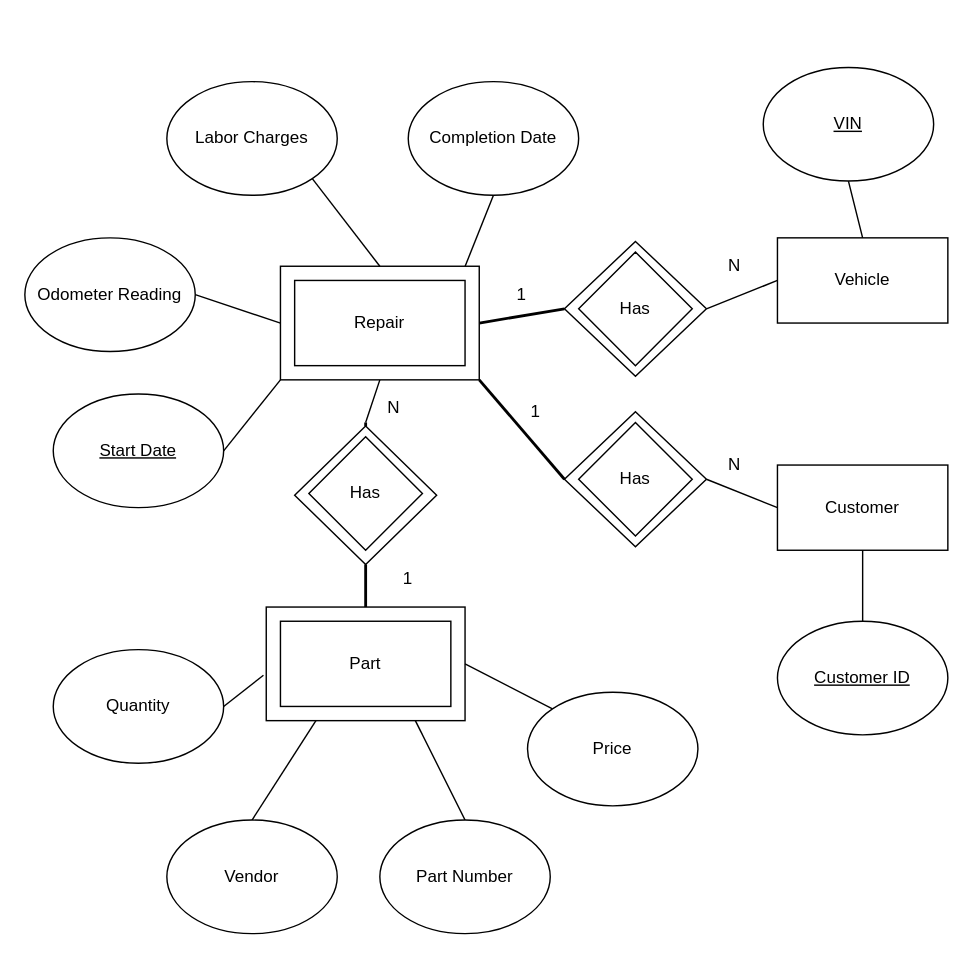
This is Repairs-Service Writer/Repair-Service Writer - EER.drawio from dennismdan/car_dealership_database_proj, a draw.io file, before an edit. Source tidied: cells renumbered, new cells numbered last; positions are measured from the earlier drawing's top-left corner, leaving out a move shared by most shapes. Both pictures are drawn from the tidied source at 142%, with x=0, y=0 at pixel (24, 67).
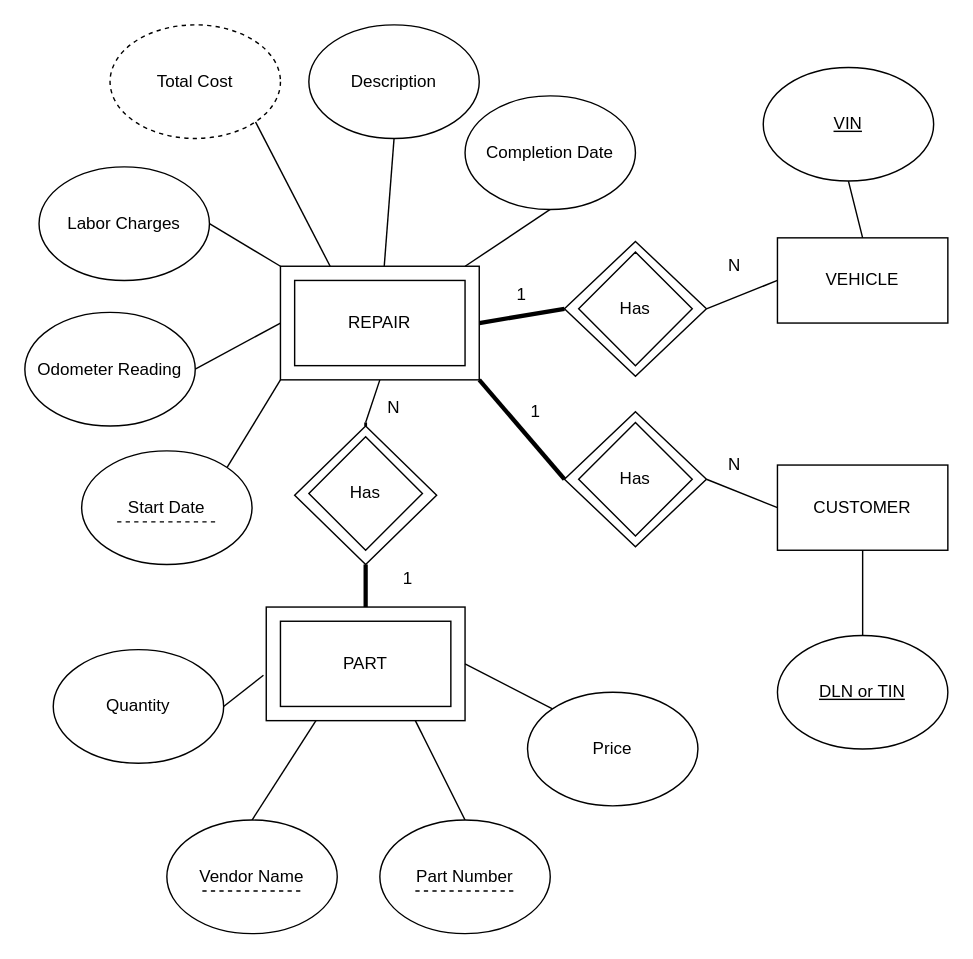
Above is the later version.

Commit message (it also covers changes not shown here):
Updates to EER and IFD

The change refers to these unchanged cells:
```xml
<mxCell id="3" style="rhombus;whiteSpace=wrap;html=1;rounded=0;shadow=0;glass=0;sketch=0;strokeWidth=1;fillColor=default;" parent="1" vertex="1">
  <mxGeometry x="380" y="242.5" width="100" height="95" as="geometry" />
</mxCell>
<mxCell id="5" style="rounded=0;whiteSpace=wrap;html=1;shadow=0;glass=0;sketch=0;strokeWidth=1;fillColor=default;" parent="1" vertex="1">
  <mxGeometry x="170" y="380" width="140" height="80" as="geometry" />
</mxCell>
<mxCell id="9" style="rounded=0;whiteSpace=wrap;html=1;shadow=0;glass=0;sketch=0;strokeWidth=1;fillColor=default;" parent="1" vertex="1">
  <mxGeometry x="180" y="140" width="140" height="80" as="geometry" />
</mxCell>
```

Diff of the diagram source:
```diff
@@
-    <mxCell id="6" style="edgeStyle=none;rounded=0;jettySize=auto;html=1;exitX=1;exitY=0.5;exitDx=0;exitDy=0;endArrow=none;endFill=0;strokeWidth=2;" parent="1" edge="1" source="9">
+    <mxCell id="6" style="edgeStyle=none;rounded=0;jettySize=auto;html=1;exitX=1;exitY=0.5;exitDx=0;exitDy=0;endArrow=none;endFill=0;strokeWidth=3;" parent="1" edge="1" source="9">
       <mxGeometry relative="1" as="geometry">
         <mxPoint x="380" y="170" as="targetPoint" />
       </mxGeometry>
     </mxCell>
-    <mxCell id="7" style="edgeStyle=none;rounded=0;jettySize=auto;html=1;exitX=1;exitY=1;exitDx=0;exitDy=0;entryX=0;entryY=0.5;entryDx=0;entryDy=0;endArrow=none;endFill=0;strokeWidth=2;" parent="1" edge="1" source="9" target="3">
+    <mxCell id="7" style="edgeStyle=none;rounded=0;jettySize=auto;html=1;exitX=1;exitY=1;exitDx=0;exitDy=0;entryX=0;entryY=0.5;entryDx=0;entryDy=0;endArrow=none;endFill=0;strokeWidth=3;" parent="1" edge="1" source="9" target="3">
       <mxGeometry relative="1" as="geometry" />
     </mxCell>
@@
-    <mxCell id="10" value="Repair" style="rounded=0;whiteSpace=wrap;html=1;shadow=0;glass=0;sketch=0;perimeterSpacing=0;strokeWidth=1;fillColor=default;" parent="1" vertex="1">
+    <mxCell id="10" value="REPAIR" style="rounded=0;whiteSpace=wrap;html=1;shadow=0;glass=0;sketch=0;perimeterSpacing=0;strokeWidth=1;fillColor=default;" parent="1" vertex="1">
       <mxGeometry x="190" y="150" width="120" height="60" as="geometry" />
     </mxCell>
@@
     <mxCell id="12" value="Odometer Reading" style="ellipse;whiteSpace=wrap;html=1;" parent="1" vertex="1">
-      <mxGeometry y="120" width="120" height="80" as="geometry" />
+      <mxGeometry y="172.5" width="120" height="80" as="geometry" />
     </mxCell>
-    <mxCell id="13" style="rounded=0;jettySize=auto;html=1;exitX=1;exitY=0.5;exitDx=0;exitDy=0;entryX=0;entryY=1;entryDx=0;entryDy=0;endArrow=none;endFill=0;" parent="1" edge="1" source="14" target="9">
+    <mxCell id="13" style="rounded=0;jettySize=auto;html=1;exitX=1;exitY=0;exitDx=0;exitDy=0;entryX=0;entryY=1;entryDx=0;entryDy=0;endArrow=none;endFill=0;" parent="1" edge="1" source="14" target="9">
       <mxGeometry relative="1" as="geometry" />
     </mxCell>
-    <mxCell id="14" value="&lt;u&gt;Start Date&lt;/u&gt;" style="ellipse;whiteSpace=wrap;html=1;" parent="1" vertex="1">
-      <mxGeometry x="20" y="230" width="120" height="80" as="geometry" />
+    <mxCell id="14" value="Start Date" style="ellipse;whiteSpace=wrap;html=1;" parent="1" vertex="1">
+      <mxGeometry x="40" y="270" width="120" height="80" as="geometry" />
     </mxCell>
@@
     <mxCell id="16" value="Completion Date" style="ellipse;whiteSpace=wrap;html=1;" parent="1" vertex="1">
-      <mxGeometry x="270" y="10" width="120" height="80" as="geometry" />
+      <mxGeometry x="310" y="20" width="120" height="80" as="geometry" />
     </mxCell>
-    <mxCell id="17" style="edgeStyle=none;rounded=0;jettySize=auto;html=1;exitX=1;exitY=1;exitDx=0;exitDy=0;entryX=0.5;entryY=0;entryDx=0;entryDy=0;endArrow=none;endFill=0;" parent="1" edge="1" source="18" target="9">
+    <mxCell id="17" style="edgeStyle=none;rounded=0;jettySize=auto;html=1;exitX=1;exitY=0.5;exitDx=0;exitDy=0;entryX=0;entryY=0;entryDx=0;entryDy=0;endArrow=none;endFill=0;" parent="1" edge="1" source="18" target="9">
       <mxGeometry relative="1" as="geometry" />
     </mxCell>
     <mxCell id="18" value="Labor Charges" style="ellipse;whiteSpace=wrap;html=1;" parent="1" vertex="1">
-      <mxGeometry x="100" y="10" width="120" height="80" as="geometry" />
+      <mxGeometry x="10" y="70" width="120" height="80" as="geometry" />
     </mxCell>
-    <mxCell id="19" value="Part" style="rounded=0;whiteSpace=wrap;html=1;" parent="1" vertex="1">
+    <mxCell id="19" value="PART" style="rounded=0;whiteSpace=wrap;html=1;" parent="1" vertex="1">
       <mxGeometry x="180" y="390" width="120" height="60" as="geometry" />
     </mxCell>
@@
-    <mxCell id="23" value="Vendor" style="ellipse;whiteSpace=wrap;html=1;" parent="1" vertex="1">
+    <mxCell id="23" value="Vendor Name" style="ellipse;whiteSpace=wrap;html=1;" parent="1" vertex="1">
       <mxGeometry x="100" y="530" width="120" height="80" as="geometry" />
     </mxCell>
@@
-    <mxCell id="28" value="Vehicle" style="rounded=0;whiteSpace=wrap;html=1;" parent="1" vertex="1">
+    <mxCell id="28" value="VEHICLE" style="rounded=0;whiteSpace=wrap;html=1;" parent="1" vertex="1">
       <mxGeometry x="530" y="120" width="120" height="60" as="geometry" />
     </mxCell>
-    <mxCell id="29" value="Customer" style="rounded=0;whiteSpace=wrap;html=1;" parent="1" vertex="1">
+    <mxCell id="29" value="CUSTOMER" style="rounded=0;whiteSpace=wrap;html=1;" parent="1" vertex="1">
       <mxGeometry x="530" y="280" width="120" height="60" as="geometry" />
     </mxCell>
@@
-    <mxCell id="33" value="&lt;u&gt;Customer ID&lt;/u&gt;" style="ellipse;whiteSpace=wrap;html=1;" parent="1" vertex="1">
-      <mxGeometry x="530" y="390" width="120" height="80" as="geometry" />
+    <mxCell id="33" value="&lt;u&gt;DLN or TIN&lt;/u&gt;" style="ellipse;whiteSpace=wrap;html=1;" parent="1" vertex="1">
+      <mxGeometry x="530" y="400" width="120" height="80" as="geometry" />
     </mxCell>
@@
-    <mxCell id="38" style="edgeStyle=none;rounded=0;jettySize=auto;html=1;entryX=0.5;entryY=0;entryDx=0;entryDy=0;endArrow=none;endFill=0;strokeWidth=2;" parent="1" edge="1" target="5">
+    <mxCell id="38" style="edgeStyle=none;rounded=0;jettySize=auto;html=1;entryX=0.5;entryY=0;entryDx=0;entryDy=0;endArrow=none;endFill=0;strokeWidth=3;" parent="1" edge="1" target="5">
       <mxGeometry relative="1" as="geometry">
         <mxPoint x="240" y="350" as="sourcePoint" />
       </mxGeometry>
     </mxCell>
@@
+    <mxCell id="48" style="endArrow=none;dashed=1;html=1;" parent="1" edge="1">
+      <mxGeometry relative="1" as="geometry">
+        <mxPoint x="65" y="320" as="sourcePoint" />
+        <mxPoint x="135" y="320" as="targetPoint" />
+      </mxGeometry>
+    </mxCell>
+    <mxCell id="49" style="endArrow=none;dashed=1;html=1;" parent="1" edge="1">
+      <mxGeometry relative="1" as="geometry">
+        <mxPoint x="275" y="580" as="sourcePoint" />
+        <mxPoint x="345" y="580" as="targetPoint" />
+      </mxGeometry>
+    </mxCell>
+    <mxCell id="50" style="rounded=0;jettySize=auto;html=1;exitX=0.5;exitY=1;exitDx=0;exitDy=0;endArrow=none;endFill=0;" parent="1" edge="1" source="51" target="9">
+      <mxGeometry relative="1" as="geometry" />
+    </mxCell>
+    <mxCell id="51" value="Description" style="ellipse;whiteSpace=wrap;html=1;" parent="1" vertex="1">
+      <mxGeometry x="200" y="-30" width="120" height="80" as="geometry" />
+    </mxCell>
+    <mxCell id="52" style="edgeStyle=none;rounded=0;jettySize=auto;html=1;exitX=1;exitY=1;exitDx=0;exitDy=0;entryX=0.25;entryY=0;entryDx=0;entryDy=0;endArrow=none;endFill=0;" parent="1" edge="1" source="53" target="9">
+      <mxGeometry relative="1" as="geometry" />
+    </mxCell>
+    <mxCell id="53" value="Total Cost" style="ellipse;whiteSpace=wrap;html=1;dashed=1;" parent="1" vertex="1">
+      <mxGeometry x="60" y="-30" width="120" height="80" as="geometry" />
+    </mxCell>
+    <mxCell id="54" style="endArrow=none;dashed=1;html=1;" parent="1" edge="1">
+      <mxGeometry relative="1" as="geometry">
+        <mxPoint x="125" y="580" as="sourcePoint" />
+        <mxPoint x="195" y="580" as="targetPoint" />
+      </mxGeometry>
+    </mxCell>
```
